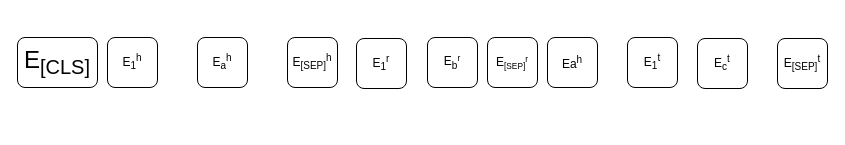
This is 未命名绘图.drawio from pyddyp/dealPicture, a draw.io file, before an edit. Source tidied: cells renumbered, new cells numbered last; positions are measured from the earlier drawing's top-left corner, leaving out a move shared by most shapes. Both pictures are drawn from the tidied source at 100%, with x=0, y=0 at pixel (17, 37).
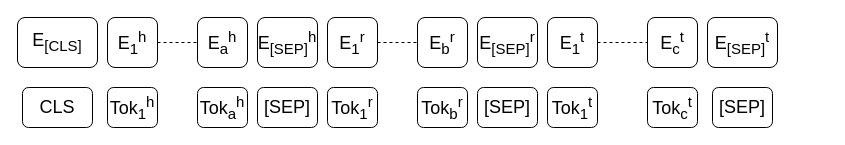
Above is the later version.

Commit message (it also covers changes not shown here):
更新未命名绘图.drawio

The edit, as a diff of the source:
```diff
@@
-    <mxCell id="2" value="&lt;font style=&quot;font-size: 24px;&quot;&gt;E&lt;sub&gt;[CLS]&lt;/sub&gt;&lt;/font&gt;" style="rounded=1;whiteSpace=wrap;html=1;" parent="1" vertex="1">
-      <mxGeometry width="80" height="50" as="geometry" />
+    <mxCell id="2" value="&lt;font style=&quot;font-size: 18px;&quot;&gt;E&lt;sub style=&quot;&quot;&gt;[CLS]&lt;/sub&gt;&lt;/font&gt;" style="rounded=1;whiteSpace=wrap;html=1;" parent="1" vertex="1">
+      <mxGeometry y="-20" width="80" height="50" as="geometry" />
     </mxCell>
-    <mxCell id="3" value="E&lt;sub&gt;1&lt;/sub&gt;&lt;sup&gt;h&lt;/sup&gt;" style="rounded=1;whiteSpace=wrap;html=1;" parent="1" vertex="1">
-      <mxGeometry x="90" width="50" height="50" as="geometry" />
+    <mxCell id="3" value="&lt;font style=&quot;font-size: 18px;&quot;&gt;E&lt;sub&gt;1&lt;/sub&gt;&lt;sup&gt;h&lt;/sup&gt;&lt;/font&gt;" style="rounded=1;whiteSpace=wrap;html=1;" parent="1" vertex="1">
+      <mxGeometry x="90" y="-20" width="50" height="50" as="geometry" />
     </mxCell>
-    <mxCell id="4" value="E&lt;sub&gt;a&lt;/sub&gt;&lt;sup&gt;h&lt;/sup&gt;" style="rounded=1;whiteSpace=wrap;html=1;" parent="1" vertex="1">
-      <mxGeometry x="180" width="50" height="50" as="geometry" />
+    <mxCell id="4" value="&lt;font style=&quot;font-size: 18px;&quot;&gt;E&lt;sub&gt;a&lt;/sub&gt;&lt;sup&gt;h&lt;/sup&gt;&lt;/font&gt;" style="rounded=1;whiteSpace=wrap;html=1;" parent="1" vertex="1">
+      <mxGeometry x="180" y="-20" width="50" height="50" as="geometry" />
     </mxCell>
-    <mxCell id="5" value="E&lt;sub&gt;b&lt;/sub&gt;&lt;span style=&quot;font-size: 10px;&quot;&gt;&lt;sup&gt;r&lt;/sup&gt;&lt;/span&gt;" style="rounded=1;whiteSpace=wrap;html=1;" parent="1" vertex="1">
-      <mxGeometry x="410" width="50" height="50" as="geometry" />
+    <mxCell id="5" value="&lt;font style=&quot;font-size: 18px;&quot;&gt;E&lt;sub&gt;b&lt;/sub&gt;&lt;sup style=&quot;&quot;&gt;r&lt;/sup&gt;&lt;/font&gt;" style="rounded=1;whiteSpace=wrap;html=1;" parent="1" vertex="1">
+      <mxGeometry x="400" y="-20" width="50" height="50" as="geometry" />
     </mxCell>
-    <mxCell id="6" value="E&lt;sub&gt;1&lt;/sub&gt;&lt;sup&gt;t&lt;/sup&gt;" style="rounded=1;whiteSpace=wrap;html=1;" parent="1" vertex="1">
-      <mxGeometry x="610" width="50" height="50" as="geometry" />
+    <mxCell id="6" value="&lt;font style=&quot;font-size: 18px;&quot;&gt;E&lt;sub&gt;1&lt;/sub&gt;&lt;sup&gt;t&lt;/sup&gt;&lt;/font&gt;" style="rounded=1;whiteSpace=wrap;html=1;" parent="1" vertex="1">
+      <mxGeometry x="530" y="-20" width="50" height="50" as="geometry" />
     </mxCell>
-    <mxCell id="7" value="E&lt;sub&gt;1&lt;/sub&gt;&lt;sup&gt;r&lt;/sup&gt;" style="rounded=1;whiteSpace=wrap;html=1;" parent="1" vertex="1">
-      <mxGeometry x="339" y="1" width="50" height="50" as="geometry" />
+    <mxCell id="7" value="&lt;font style=&quot;font-size: 18px;&quot;&gt;E&lt;sub&gt;1&lt;/sub&gt;&lt;sup&gt;r&lt;/sup&gt;&lt;/font&gt;" style="rounded=1;whiteSpace=wrap;html=1;" parent="1" vertex="1">
+      <mxGeometry x="310" y="-20" width="50" height="50" as="geometry" />
     </mxCell>
-    <mxCell id="8" value="E&lt;sub&gt;[SEP]&lt;/sub&gt;&lt;sup&gt;h&lt;/sup&gt;" style="rounded=1;whiteSpace=wrap;html=1;" parent="1" vertex="1">
-      <mxGeometry x="270" width="50" height="50" as="geometry" />
+    <mxCell id="8" value="&lt;font style=&quot;font-size: 18px;&quot;&gt;E&lt;sub&gt;[SEP]&lt;/sub&gt;&lt;sup&gt;h&lt;/sup&gt;&lt;/font&gt;" style="rounded=1;whiteSpace=wrap;html=1;" parent="1" vertex="1">
+      <mxGeometry x="240" y="-20" width="60" height="50" as="geometry" />
     </mxCell>
-    <mxCell id="9" value="Ea&lt;sup&gt;h&lt;/sup&gt;" style="rounded=1;whiteSpace=wrap;html=1;" parent="1" vertex="1">
-      <mxGeometry x="530" width="50" height="50" as="geometry" />
-    </mxCell>
-    <mxCell id="10" value="E&lt;span style=&quot;font-size: 10px;&quot;&gt;&lt;sub&gt;[SEP]&lt;/sub&gt;&lt;sup&gt;r&lt;/sup&gt;&lt;/span&gt;" style="rounded=1;whiteSpace=wrap;html=1;" parent="1" vertex="1">
-      <mxGeometry x="470" width="50" height="50" as="geometry" />
+    <mxCell id="10" value="&lt;font style=&quot;font-size: 18px;&quot;&gt;E&lt;sub style=&quot;&quot;&gt;[SEP]&lt;/sub&gt;&lt;sup style=&quot;&quot;&gt;r&lt;/sup&gt;&lt;/font&gt;" style="rounded=1;whiteSpace=wrap;html=1;" parent="1" vertex="1">
+      <mxGeometry x="460" y="-20" width="60" height="50" as="geometry" />
     </mxCell>
-    <mxCell id="11" value="E&lt;sub&gt;c&lt;/sub&gt;&lt;sup&gt;t&lt;/sup&gt;" style="rounded=1;whiteSpace=wrap;html=1;" parent="1" vertex="1">
-      <mxGeometry x="680" y="1" width="50" height="50" as="geometry" />
+    <mxCell id="11" value="&lt;font style=&quot;font-size: 18px;&quot;&gt;E&lt;sub&gt;c&lt;/sub&gt;&lt;sup&gt;t&lt;/sup&gt;&lt;/font&gt;" style="rounded=1;whiteSpace=wrap;html=1;" parent="1" vertex="1">
+      <mxGeometry x="630" y="-20" width="50" height="50" as="geometry" />
     </mxCell>
-    <mxCell id="12" value="E&lt;sub&gt;[SEP]&lt;/sub&gt;&lt;sup&gt;t&lt;/sup&gt;" style="rounded=1;whiteSpace=wrap;html=1;" parent="1" vertex="1">
-      <mxGeometry x="760" y="1" width="50" height="50" as="geometry" />
+    <mxCell id="12" value="&lt;font style=&quot;font-size: 18px;&quot;&gt;E&lt;sub&gt;[SEP]&lt;/sub&gt;&lt;sup&gt;t&lt;/sup&gt;&lt;/font&gt;" style="rounded=1;whiteSpace=wrap;html=1;" parent="1" vertex="1">
+      <mxGeometry x="690" y="-20" width="70" height="50" as="geometry" />
     </mxCell>
+    <mxCell id="13" style="endArrow=none;dashed=1;html=1;rounded=0;exitX=1;exitY=0.5;exitDx=0;exitDy=0;entryX=0;entryY=0.5;entryDx=0;entryDy=0;" parent="1" edge="1" source="3" target="4">
+      <mxGeometry relative="1" as="geometry" />
+    </mxCell>
+    <mxCell id="14" style="endArrow=none;dashed=1;html=1;rounded=0;exitX=1;exitY=0.5;exitDx=0;exitDy=0;entryX=0;entryY=0.5;entryDx=0;entryDy=0;" parent="1" edge="1" source="7" target="5">
+      <mxGeometry relative="1" as="geometry" />
+    </mxCell>
+    <mxCell id="15" style="endArrow=none;dashed=1;html=1;rounded=0;entryX=0;entryY=0.5;entryDx=0;entryDy=0;exitX=1;exitY=0.5;exitDx=0;exitDy=0;" parent="1" edge="1" source="6" target="11">
+      <mxGeometry relative="1" as="geometry" />
+    </mxCell>
+    <mxCell id="16" value="&lt;font style=&quot;font-size: 18px;&quot;&gt;CLS&lt;/font&gt;" style="rounded=1;whiteSpace=wrap;html=1;" parent="1" vertex="1">
+      <mxGeometry x="5" y="50" width="70" height="40" as="geometry" />
+    </mxCell>
+    <mxCell id="17" value="&lt;font style=&quot;font-size: 18px;&quot;&gt;Tok&lt;sub&gt;1&lt;/sub&gt;&lt;sup&gt;h&lt;/sup&gt;&lt;/font&gt;" style="rounded=1;whiteSpace=wrap;html=1;" parent="1" vertex="1">
+      <mxGeometry x="90" y="50" width="50" height="40" as="geometry" />
+    </mxCell>
+    <mxCell id="18" value="&lt;font style=&quot;font-size: 18px;&quot;&gt;Tok&lt;sub&gt;a&lt;/sub&gt;&lt;sup&gt;h&lt;/sup&gt;&lt;/font&gt;" style="rounded=1;whiteSpace=wrap;html=1;" parent="1" vertex="1">
+      <mxGeometry x="180" y="50" width="50" height="40" as="geometry" />
+    </mxCell>
+    <mxCell id="19" value="&lt;font style=&quot;font-size: 18px;&quot;&gt;[SEP]&lt;/font&gt;" style="rounded=1;whiteSpace=wrap;html=1;" parent="1" vertex="1">
+      <mxGeometry x="240" y="50" width="60" height="40" as="geometry" />
+    </mxCell>
+    <mxCell id="20" value="&lt;font style=&quot;font-size: 18px;&quot;&gt;Tok&lt;sub&gt;b&lt;/sub&gt;&lt;sup&gt;r&lt;/sup&gt;&lt;/font&gt;" style="rounded=1;whiteSpace=wrap;html=1;" parent="1" vertex="1">
+      <mxGeometry x="400" y="50" width="50" height="40" as="geometry" />
+    </mxCell>
+    <mxCell id="21" value="&lt;font style=&quot;font-size: 18px;&quot;&gt;Tok&lt;sub&gt;1&lt;/sub&gt;&lt;sup&gt;r&lt;/sup&gt;&lt;/font&gt;" style="rounded=1;whiteSpace=wrap;html=1;" parent="1" vertex="1">
+      <mxGeometry x="310" y="50" width="50" height="40" as="geometry" />
+    </mxCell>
+    <mxCell id="22" value="&lt;font style=&quot;font-size: 18px;&quot;&gt;[SEP]&lt;/font&gt;" style="rounded=1;whiteSpace=wrap;html=1;" parent="1" vertex="1">
+      <mxGeometry x="460" y="50" width="60" height="40" as="geometry" />
+    </mxCell>
+    <mxCell id="23" value="&lt;font style=&quot;font-size: 18px;&quot;&gt;Tok&lt;sub&gt;1&lt;/sub&gt;&lt;sup&gt;t&lt;/sup&gt;&lt;/font&gt;" style="rounded=1;whiteSpace=wrap;html=1;" parent="1" vertex="1">
+      <mxGeometry x="530" y="50" width="50" height="40" as="geometry" />
+    </mxCell>
+    <mxCell id="24" value="&lt;font style=&quot;font-size: 18px;&quot;&gt;Tok&lt;sub&gt;c&lt;/sub&gt;&lt;sup&gt;t&lt;/sup&gt;&lt;/font&gt;" style="rounded=1;whiteSpace=wrap;html=1;" parent="1" vertex="1">
+      <mxGeometry x="630" y="50" width="50" height="40" as="geometry" />
+    </mxCell>
+    <mxCell id="25" value="&lt;font style=&quot;font-size: 18px;&quot;&gt;[SEP]&lt;/font&gt;" style="rounded=1;whiteSpace=wrap;html=1;" parent="1" vertex="1">
+      <mxGeometry x="695" y="50" width="60" height="40" as="geometry" />
+    </mxCell>
```
